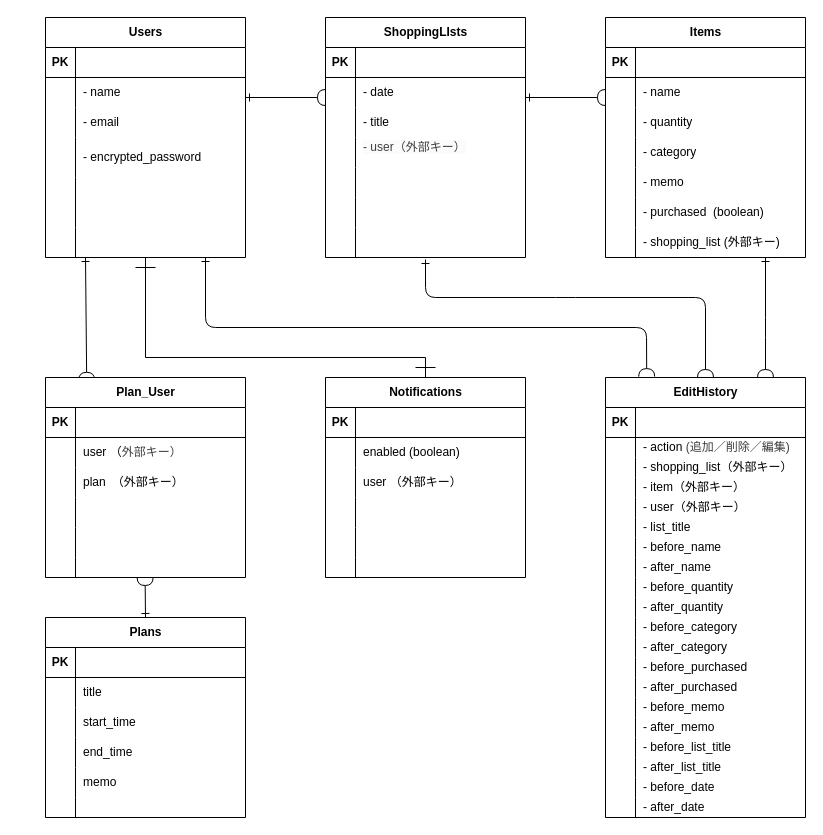
Earlier version of the draw.io diagram ER図.dio (wassyprince/shopping_days). Source tidied: cells renumbered, new cells numbered last; positions are measured from the earlier drawing's top-left corner, leaving out a move shared by most shapes. Both pictures are drawn from the tidied source at 100%, with x=0, y=0 at pixel (45, 17).
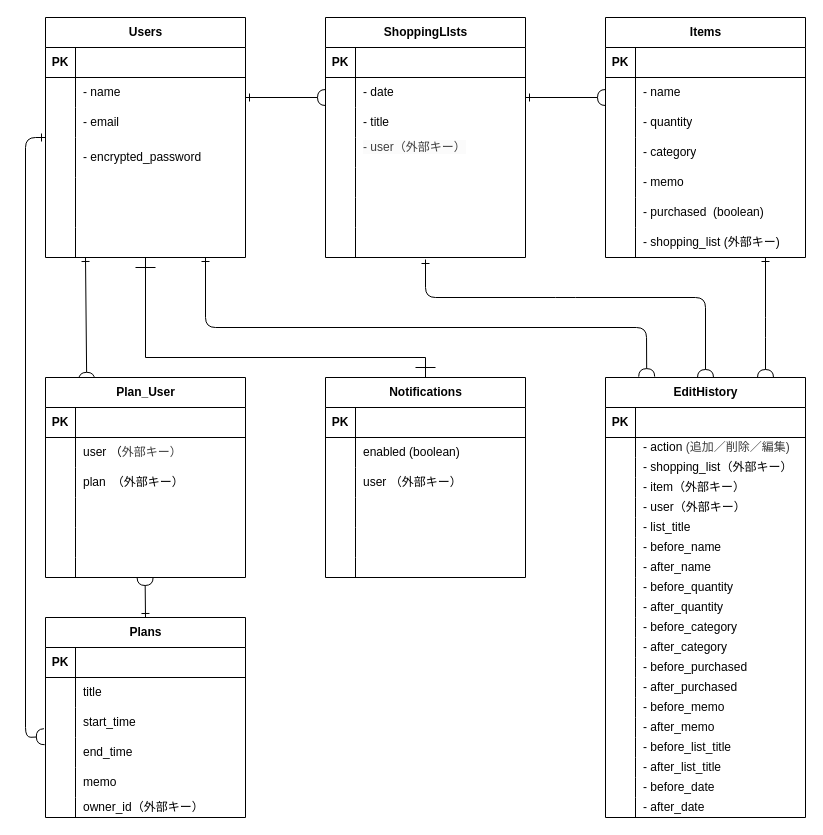
The same page after the edit.

Unchanged cells that the change refers to:
```xml
<mxCell id="161" style="shape=tableRow;horizontal=0;startSize=0;swimlaneHead=0;swimlaneBody=0;fillColor=none;points=[[0,0.5],[1,0.5]];portConstraint=eastwest;top=0;left=0;right=0;bottom=0;" parent="151" vertex="1">
  <mxGeometry y="120" width="200" height="30" as="geometry" />
</mxCell>
<mxCell id="167" style="shape=tableRow;horizontal=0;startSize=0;swimlaneHead=0;swimlaneBody=0;fillColor=none;top=0;left=0;right=0;bottom=0;" parent="151" vertex="1">
  <mxGeometry y="180" width="200" height="20" as="geometry" />
</mxCell>
```

Change to the diagram source:
```diff
@@
-    <mxCell id="169" style="shape=partialRectangle;fillColor=none;top=0;left=0;bottom=0;right=0;align=left;spacingLeft=6;overflow=hidden;whiteSpace=wrap;html=1;" parent="167" vertex="1">
+    <mxCell id="169" value="owner_id（外部キー）&lt;div&gt;&lt;br&gt;&lt;/div&gt;" style="shape=partialRectangle;fillColor=none;top=0;left=0;bottom=0;right=0;align=left;spacingLeft=6;overflow=hidden;whiteSpace=wrap;html=1;" parent="167" vertex="1">
       <mxGeometry x="30" width="170" height="20" as="geometry" />
     </mxCell>
@@
+    <mxCell id="193" style="edgeStyle=none;html=1;strokeColor=default;endArrow=halfCircle;endFill=0;startArrow=ERone;startFill=0;entryX=-0.006;entryY=-0.027;entryDx=0;entryDy=0;entryPerimeter=0;" parent="1" edge="1" target="161">
+      <mxGeometry relative="1" as="geometry">
+        <mxPoint y="120" as="sourcePoint" />
+        <Array as="points">
+          <mxPoint x="-20" y="120" />
+          <mxPoint x="-20" y="720" />
+        </Array>
+      </mxGeometry>
+    </mxCell>
```
